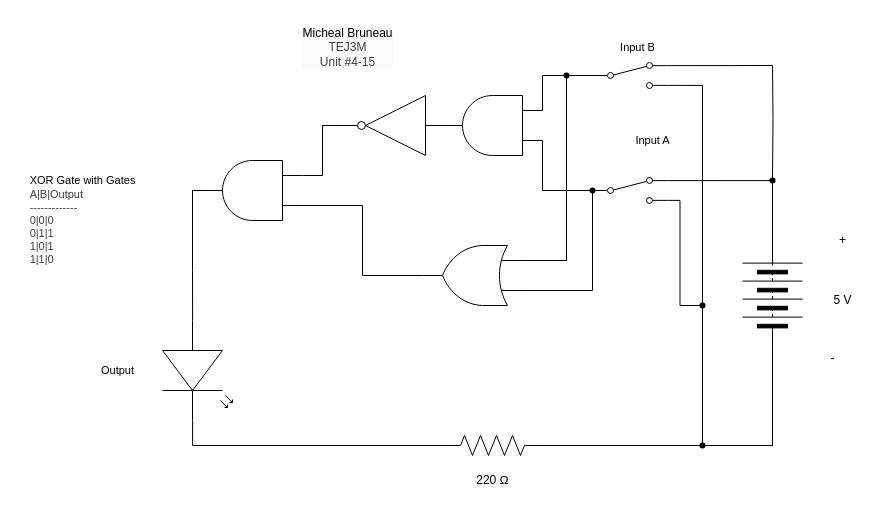
The draw.io diagram TEJ3M-4-15/schematic_diagram.drawio in michael-bruneau/TEJ3M-Unit-4, before the edit. Source tidied: cells renumbered, new cells numbered last; positions are measured from the earlier drawing's top-left corner, leaving out a move shared by most shapes. Both pictures are drawn from the tidied source at 100%, with x=0, y=0 at pixel (17, 17).
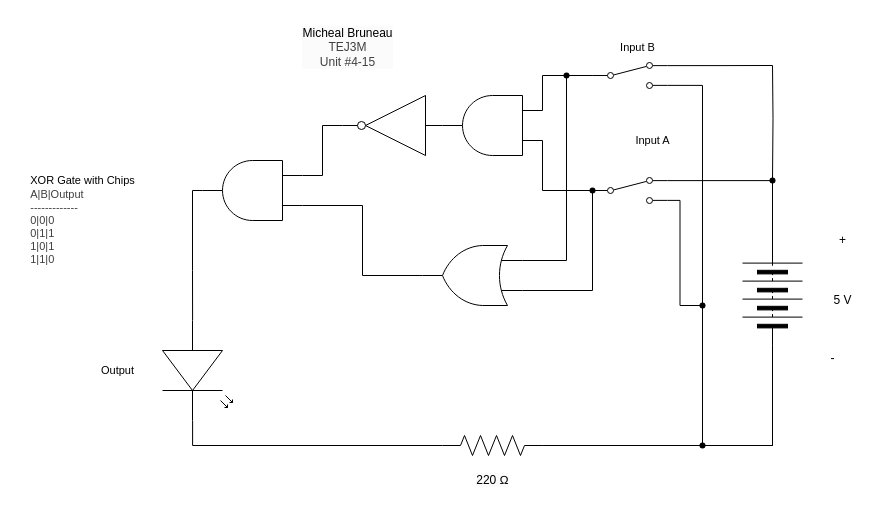
After the change.

The edit, as a diff of the source:
```diff
@@
-    <mxCell id="22" value="&lt;div style=&quot;scrollbar-color: rgb(226, 226, 226) rgb(251, 251, 251); font-size: 11px; text-align: left; color: rgb(63, 63, 63);&quot;&gt;&lt;font color=&quot;#000000&quot;&gt;&lt;span style=&quot;background-color: rgb(255, 255, 255);&quot;&gt;XOR Gate with Gates&lt;/span&gt;&lt;/font&gt;&lt;/div&gt;&lt;div style=&quot;scrollbar-color: rgb(226, 226, 226) rgb(251, 251, 251); font-size: 11px; text-align: left; color: rgb(63, 63, 63);&quot;&gt;&lt;span style=&quot;color: light-dark(rgb(63, 63, 63), rgb(183, 183, 183));&quot;&gt;A|B|Output&lt;/span&gt;&lt;/div&gt;&lt;div style=&quot;color: rgb(63, 63, 63); scrollbar-color: rgb(226, 226, 226) rgb(251, 251, 251); font-size: 11px; text-align: left;&quot;&gt;-------------&lt;/div&gt;&lt;div style=&quot;color: rgb(63, 63, 63); scrollbar-color: rgb(226, 226, 226) rgb(251, 251, 251); font-size: 11px; text-align: left;&quot;&gt;0|0|0&lt;/div&gt;&lt;div style=&quot;color: rgb(63, 63, 63); scrollbar-color: rgb(226, 226, 226) rgb(251, 251, 251); font-size: 11px; text-align: left;&quot;&gt;0|1|1&lt;/div&gt;&lt;div style=&quot;color: rgb(63, 63, 63); scrollbar-color: rgb(226, 226, 226) rgb(251, 251, 251); font-size: 11px; text-align: left;&quot;&gt;1|0|1&lt;/div&gt;&lt;div style=&quot;color: rgb(63, 63, 63); scrollbar-color: rgb(226, 226, 226) rgb(251, 251, 251); font-size: 11px; text-align: left;&quot;&gt;1|1|0&lt;/div&gt;" style="text;html=1;align=center;verticalAlign=middle;strokeColor=none;fillColor=none;" parent="1" vertex="1">
+    <mxCell id="22" value="&lt;div style=&quot;scrollbar-color: rgb(226, 226, 226) rgb(251, 251, 251); font-size: 11px; text-align: left; color: rgb(63, 63, 63);&quot;&gt;&lt;font color=&quot;#000000&quot;&gt;&lt;span style=&quot;background-color: rgb(255, 255, 255);&quot;&gt;XOR Gate with Chips&lt;/span&gt;&lt;/font&gt;&lt;/div&gt;&lt;div style=&quot;scrollbar-color: rgb(226, 226, 226) rgb(251, 251, 251); font-size: 11px; text-align: left; color: rgb(63, 63, 63);&quot;&gt;&lt;span style=&quot;color: light-dark(rgb(63, 63, 63), rgb(183, 183, 183));&quot;&gt;A|B|Output&lt;/span&gt;&lt;/div&gt;&lt;div style=&quot;color: rgb(63, 63, 63); scrollbar-color: rgb(226, 226, 226) rgb(251, 251, 251); font-size: 11px; text-align: left;&quot;&gt;-------------&lt;/div&gt;&lt;div style=&quot;color: rgb(63, 63, 63); scrollbar-color: rgb(226, 226, 226) rgb(251, 251, 251); font-size: 11px; text-align: left;&quot;&gt;0|0|0&lt;/div&gt;&lt;div style=&quot;color: rgb(63, 63, 63); scrollbar-color: rgb(226, 226, 226) rgb(251, 251, 251); font-size: 11px; text-align: left;&quot;&gt;0|1|1&lt;/div&gt;&lt;div style=&quot;color: rgb(63, 63, 63); scrollbar-color: rgb(226, 226, 226) rgb(251, 251, 251); font-size: 11px; text-align: left;&quot;&gt;1|0|1&lt;/div&gt;&lt;div style=&quot;color: rgb(63, 63, 63); scrollbar-color: rgb(226, 226, 226) rgb(251, 251, 251); font-size: 11px; text-align: left;&quot;&gt;1|1|0&lt;/div&gt;" style="text;html=1;align=center;verticalAlign=middle;strokeColor=none;fillColor=none;" parent="1" vertex="1">
       <mxGeometry y="148" width="130" height="110" as="geometry" />
     </mxCell>
```
